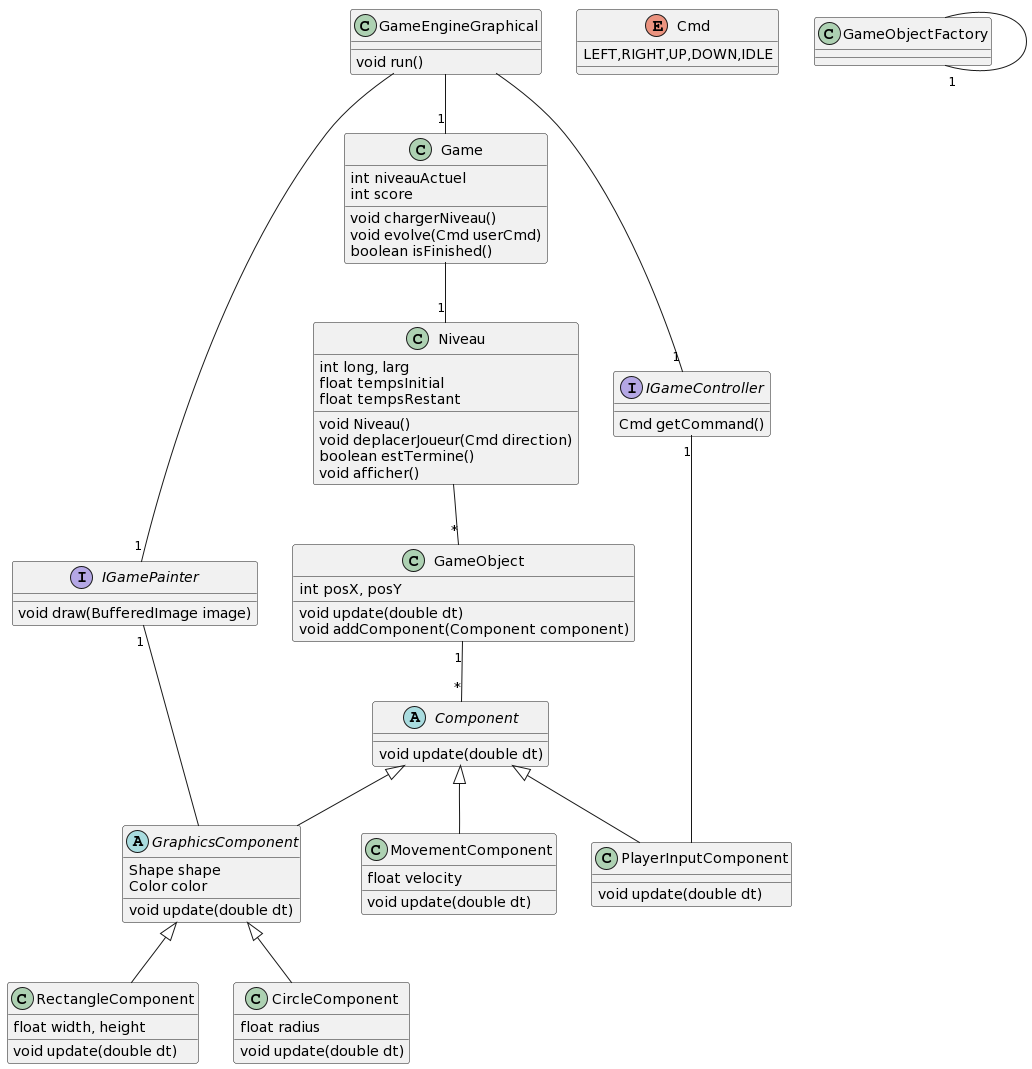
Before: sprints/sprint1/diagramme.png, a diagram exported from PlantUML (lesniak4/ACL). The source it was exported from:
```plantuml
@startuml
class GameEngineGraphical {
void run()
}


class Game {
int niveauActuel
int score
void chargerNiveau()
void evolve(Cmd userCmd)
boolean isFinished()
}

interface IGamePainter {
void draw(BufferedImage image)
}

interface IGameController{
Cmd getCommand()
}

enum Cmd {
LEFT,RIGHT,UP,DOWN,IDLE
}

class Niveau {
int long, larg
float tempsInitial
float tempsRestant
void Niveau()
void deplacerJoueur(Cmd direction)
boolean estTermine()
void afficher()
}

class GameObject {
int posX, posY
void update(double dt)
void addComponent(Component component)
}

class GameObjectFactory {

}

abstract class Component{
void update(double dt)
}

class PlayerInputComponent{
void update(double dt)
}

class MovementComponent{
float velocity
void update(double dt)
}

abstract class GraphicsComponent{
Shape shape
Color color
void update(double dt)
}

class RectangleComponent{
float width, height
void update(double dt)
}

class CircleComponent{
float radius
void update(double dt)
}

Niveau -- "*"GameObject

GameEngineGraphical -- "1"Game
GameEngineGraphical -- "1"IGamePainter
GameEngineGraphical -- "1"IGameController
Game -- "1"Niveau

GameObject "1"--"*"Component
GameObjectFactory -- "1"GameObjectFactory

Component <|-- GraphicsComponent
Component <|-- PlayerInputComponent
Component <|-- MovementComponent

IGameController "1"-- PlayerInputComponent
IGamePainter "1"-- GraphicsComponent

GraphicsComponent <|-- RectangleComponent
GraphicsComponent <|-- CircleComponent
@enduml
```
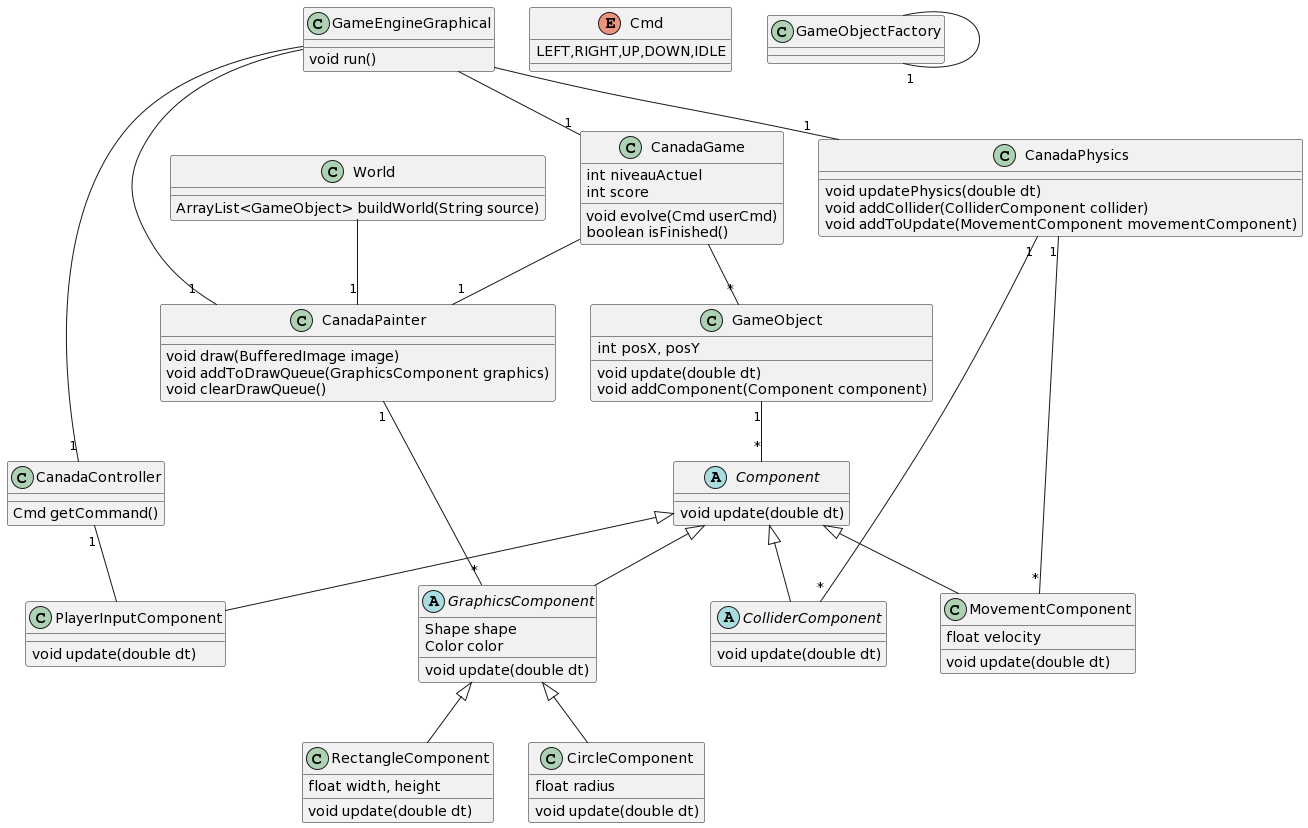
After the commit.

Commit message:
Update diagramme sprint 1

What changed in the source:
```diff
@@ -4,34 +4,35 @@
 }
 
 
-class Game {
+class CanadaGame {
 int niveauActuel
 int score
-void chargerNiveau()
 void evolve(Cmd userCmd)
 boolean isFinished()
 }
 
-interface IGamePainter {
+class CanadaPainter {
 void draw(BufferedImage image)
+void addToDrawQueue(GraphicsComponent graphics)
+void clearDrawQueue()
 }
 
-interface IGameController{
+class CanadaController{
 Cmd getCommand()
+}
+
+class CanadaPhysics{
+void updatePhysics(double dt)
+void addCollider(ColliderComponent collider)
+void addToUpdate(MovementComponent movementComponent)
 }
 
 enum Cmd {
 LEFT,RIGHT,UP,DOWN,IDLE
 }
 
-class Niveau {
-int long, larg
-float tempsInitial
-float tempsRestant
-void Niveau()
-void deplacerJoueur(Cmd direction)
-boolean estTermine()
-void afficher()
+class World {
+ArrayList<GameObject> buildWorld(String source)
 }
 
 class GameObject {
@@ -57,6 +58,10 @@
 void update(double dt)
 }
 
+abstract class ColliderComponent{
+void update(double dt)
+}
+
 abstract class GraphicsComponent{
 Shape shape
 Color color
@@ -73,12 +78,14 @@
 void update(double dt)
 }
 
-Niveau -- "*"GameObject
+GameEngineGraphical -- "1"CanadaGame
+GameEngineGraphical -- "1"CanadaPainter
+GameEngineGraphical -- "1"CanadaController
+GameEngineGraphical -- "1"CanadaPhysics
 
-GameEngineGraphical -- "1"Game
-GameEngineGraphical -- "1"IGamePainter
-GameEngineGraphical -- "1"IGameController
-Game -- "1"Niveau
+CanadaGame -- "*"GameObject
+CanadaGame --"1" CanadaPainter
+World --"1" CanadaPainter
 
 GameObject "1"--"*"Component
 GameObjectFactory -- "1"GameObjectFactory
@@ -86,10 +93,14 @@
 Component <|-- GraphicsComponent
 Component <|-- PlayerInputComponent
 Component <|-- MovementComponent
-
-IGameController "1"-- PlayerInputComponent
-IGamePainter "1"-- GraphicsComponent
+Component <|-- ColliderComponent
 
 GraphicsComponent <|-- RectangleComponent
 GraphicsComponent <|-- CircleComponent
+
+CanadaController "1"-- PlayerInputComponent
+CanadaPainter "1"--"*" GraphicsComponent
+
+CanadaPhysics "1"-"*"MovementComponent
+CanadaPhysics "1"-"*"ColliderComponent
 @enduml
```
